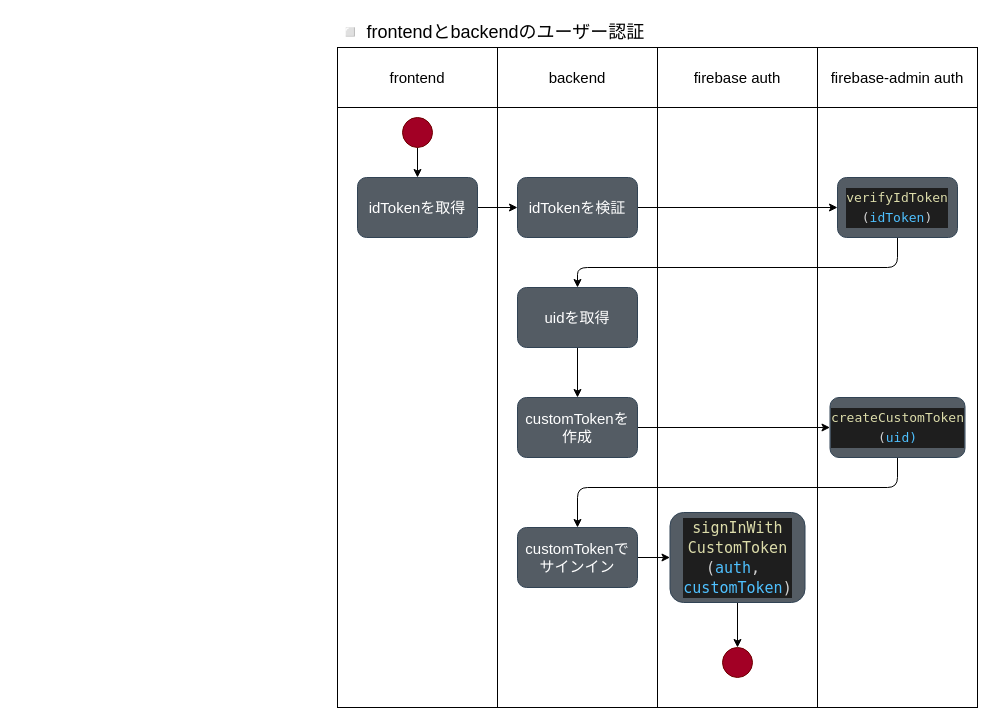
The draw.io diagram docs/modeling/activity-diagram/authentication.drawio in bamboo-house/BambooGPT, before the edit. Source tidied: cells renumbered, new cells numbered last; positions are measured from the earlier drawing's top-left corner, leaving out a move shared by most shapes. Both pictures are drawn from the tidied source at 100%, with x=0, y=0 at pixel (337, 17).
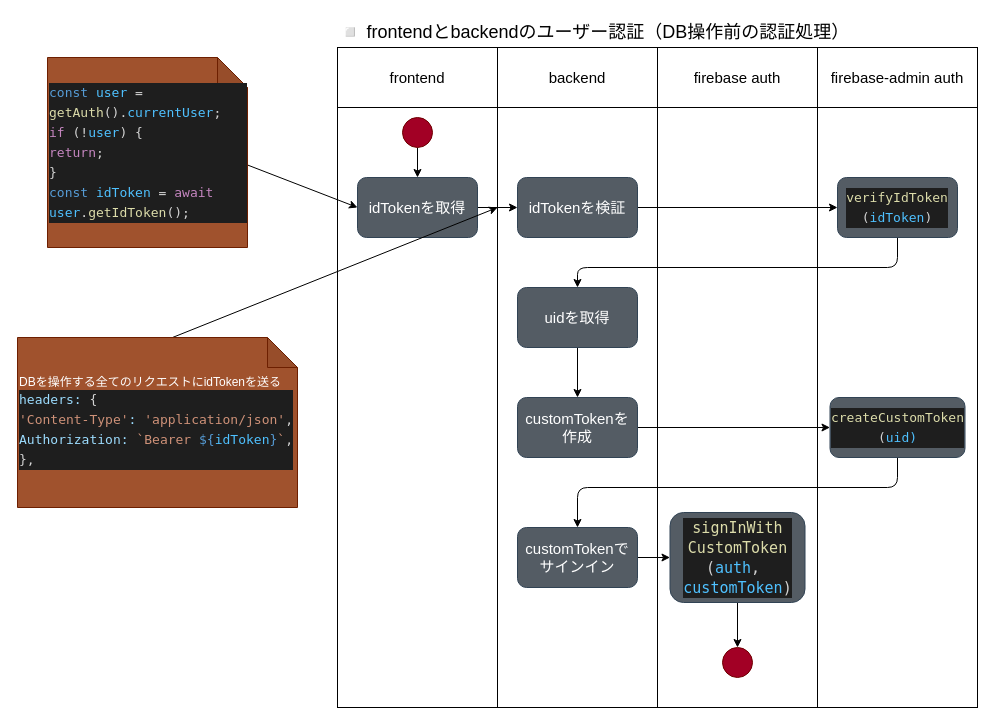
After the change.

The change refers to these unchanged cells:
```xml
<mxCell id="11" value="idTokenを取得" style="rounded=1;whiteSpace=wrap;html=1;fontSize=15;fillColor=#545c64;fontColor=#ffffff;strokeColor=#314354;" parent="1" vertex="1">
  <mxGeometry x="20" y="160" width="120" height="60" as="geometry" />
</mxCell>
```

Diff of the diagram source:
```diff
@@
-    <mxCell id="29" value="◽️ frontendとbackendのユーザー認証" style="text;html=1;strokeColor=none;fillColor=none;align=left;verticalAlign=middle;whiteSpace=wrap;rounded=0;fontSize=18;" parent="1" vertex="1">
-      <mxGeometry width="480" height="30" as="geometry" />
+    <mxCell id="29" value="◽️ frontendとbackendのユーザー認証（DB操作前の認証処理）" style="text;html=1;strokeColor=none;fillColor=none;align=left;verticalAlign=middle;whiteSpace=wrap;rounded=0;fontSize=18;" parent="1" vertex="1">
+      <mxGeometry width="540" height="30" as="geometry" />
     </mxCell>
+    <mxCell id="30" style="edgeStyle=none;html=1;exitX=0;exitY=0;exitDx=90;exitDy=65;exitPerimeter=0;entryX=0;entryY=0.5;entryDx=0;entryDy=0;" parent="1" edge="1" source="31" target="11">
+      <mxGeometry relative="1" as="geometry" />
+    </mxCell>
+    <mxCell id="31" value="&lt;div style=&quot;color: rgb(212, 212, 212); background-color: rgb(30, 30, 30); font-family: Menlo, Monaco, &amp;quot;Courier New&amp;quot;, monospace; font-size: 13px; line-height: 20px;&quot;&gt;&lt;div&gt;    &lt;span style=&quot;color: #569cd6;&quot;&gt;const&lt;/span&gt; &lt;span style=&quot;color: #4fc1ff;&quot;&gt;user&lt;/span&gt; = &lt;span style=&quot;color: #dcdcaa;&quot;&gt;getAuth&lt;/span&gt;().&lt;span style=&quot;color: #4fc1ff;&quot;&gt;currentUser&lt;/span&gt;;&lt;/div&gt;&lt;div&gt;    &lt;span style=&quot;color: #c586c0;&quot;&gt;if&lt;/span&gt; (!&lt;span style=&quot;color: #4fc1ff;&quot;&gt;user&lt;/span&gt;) {&lt;/div&gt;&lt;div&gt;      &lt;span style=&quot;color: #c586c0;&quot;&gt;return&lt;/span&gt;;&lt;/div&gt;&lt;div&gt;    }&lt;/div&gt;&lt;div&gt;    &lt;span style=&quot;color: #569cd6;&quot;&gt;const&lt;/span&gt; &lt;span style=&quot;color: #4fc1ff;&quot;&gt;idToken&lt;/span&gt; = &lt;span style=&quot;color: #c586c0;&quot;&gt;await&lt;/span&gt; &lt;span style=&quot;color: #4fc1ff;&quot;&gt;user&lt;/span&gt;.&lt;span style=&quot;color: #dcdcaa;&quot;&gt;getIdToken&lt;/span&gt;();&lt;/div&gt;&lt;/div&gt;" style="shape=note;whiteSpace=wrap;html=1;backgroundOutline=1;darkOpacity=0.05;align=left;fillColor=#a0522d;fontColor=#ffffff;strokeColor=#6D1F00;" parent="1" vertex="1">
+      <mxGeometry x="-290" y="40" width="200" height="190" as="geometry" />
+    </mxCell>
+    <mxCell id="32" style="edgeStyle=none;html=1;exitX=0;exitY=0;exitDx=80;exitDy=30;exitPerimeter=0;" parent="1" edge="1" source="33">
+      <mxGeometry relative="1" as="geometry">
+        <mxPoint x="160" y="190" as="targetPoint" />
+      </mxGeometry>
+    </mxCell>
+    <mxCell id="33" value="DBを操作する全てのリクエストにidTokenを送る&lt;br&gt;&lt;div style=&quot;color: rgb(212, 212, 212); background-color: rgb(30, 30, 30); font-family: Menlo, Monaco, &amp;quot;Courier New&amp;quot;, monospace; font-size: 13px; line-height: 20px;&quot;&gt;&lt;div&gt;&lt;span style=&quot;color: #9cdcfe;&quot;&gt;headers&lt;/span&gt;&lt;span style=&quot;color: #9cdcfe;&quot;&gt;:&lt;/span&gt; {&lt;/div&gt;&lt;div&gt;        &lt;span style=&quot;color: #ce9178;&quot;&gt;'Content-Type'&lt;/span&gt;&lt;span style=&quot;color: #9cdcfe;&quot;&gt;:&lt;/span&gt; &lt;span style=&quot;color: #ce9178;&quot;&gt;'application/json'&lt;/span&gt;,&lt;/div&gt;&lt;div&gt;        &lt;span style=&quot;color: #9cdcfe;&quot;&gt;Authorization&lt;/span&gt;&lt;span style=&quot;color: #9cdcfe;&quot;&gt;:&lt;/span&gt; &lt;span style=&quot;color: #ce9178;&quot;&gt;`Bearer &lt;/span&gt;&lt;span style=&quot;color: #569cd6;&quot;&gt;${&lt;/span&gt;&lt;span style=&quot;color: #4fc1ff;&quot;&gt;idToken&lt;/span&gt;&lt;span style=&quot;color: #569cd6;&quot;&gt;}&lt;/span&gt;&lt;span style=&quot;color: #ce9178;&quot;&gt;`&lt;/span&gt;,&lt;/div&gt;&lt;div&gt;      },&lt;/div&gt;&lt;/div&gt;" style="shape=note;whiteSpace=wrap;html=1;backgroundOutline=1;darkOpacity=0.05;fillColor=#a0522d;fontColor=#ffffff;strokeColor=#6D1F00;align=left;" parent="1" vertex="1">
+      <mxGeometry x="-320" y="320" width="280" height="170" as="geometry" />
+    </mxCell>
```
